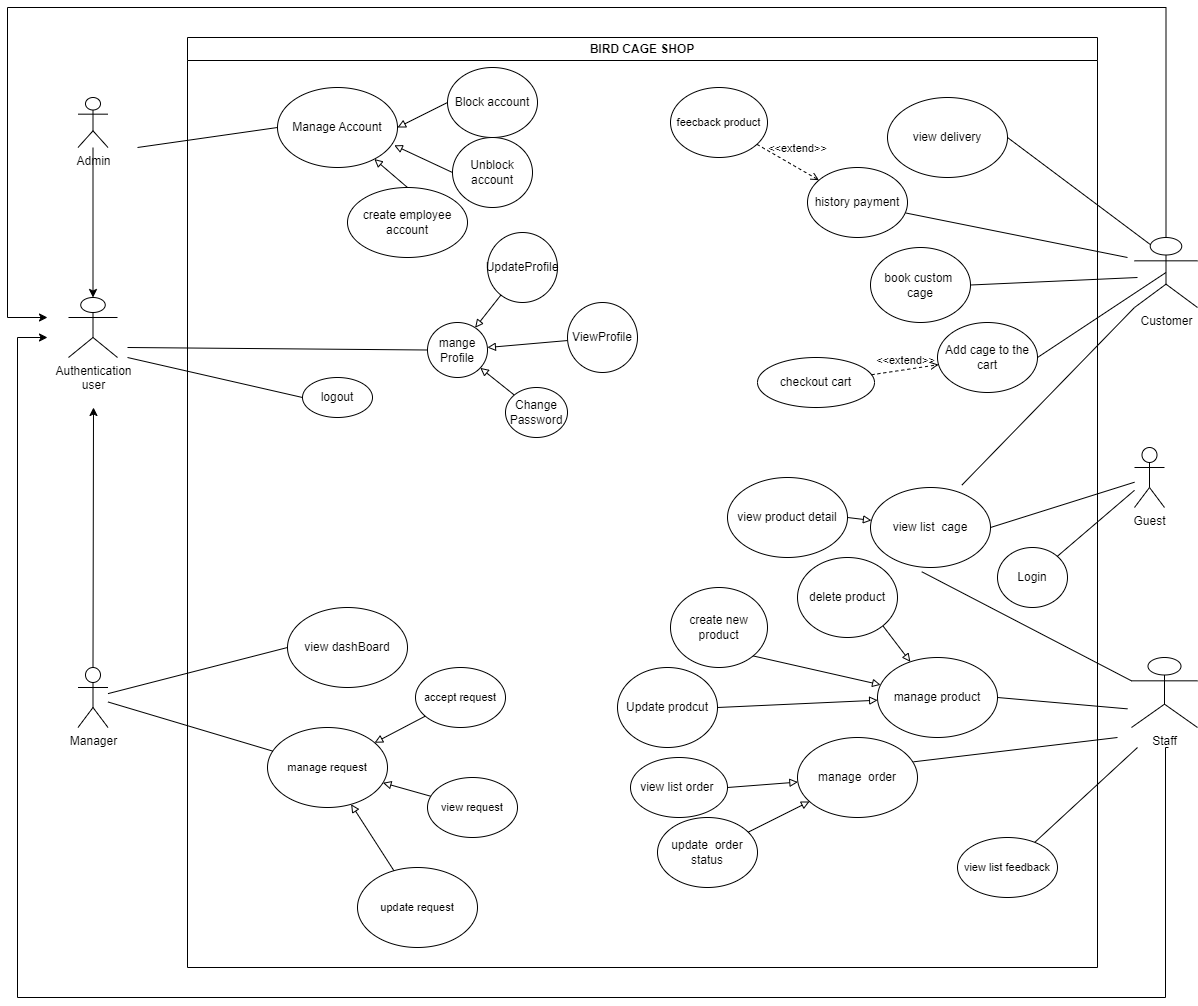
Above: swp.drawio.png in dangkhoadoiqwe/shopping_bird_cate (draw.io), before the change. Source tidied: cells renumbered, new cells last; positions are measured from the earlier drawing's top-left corner, leaving out a move shared by most shapes.
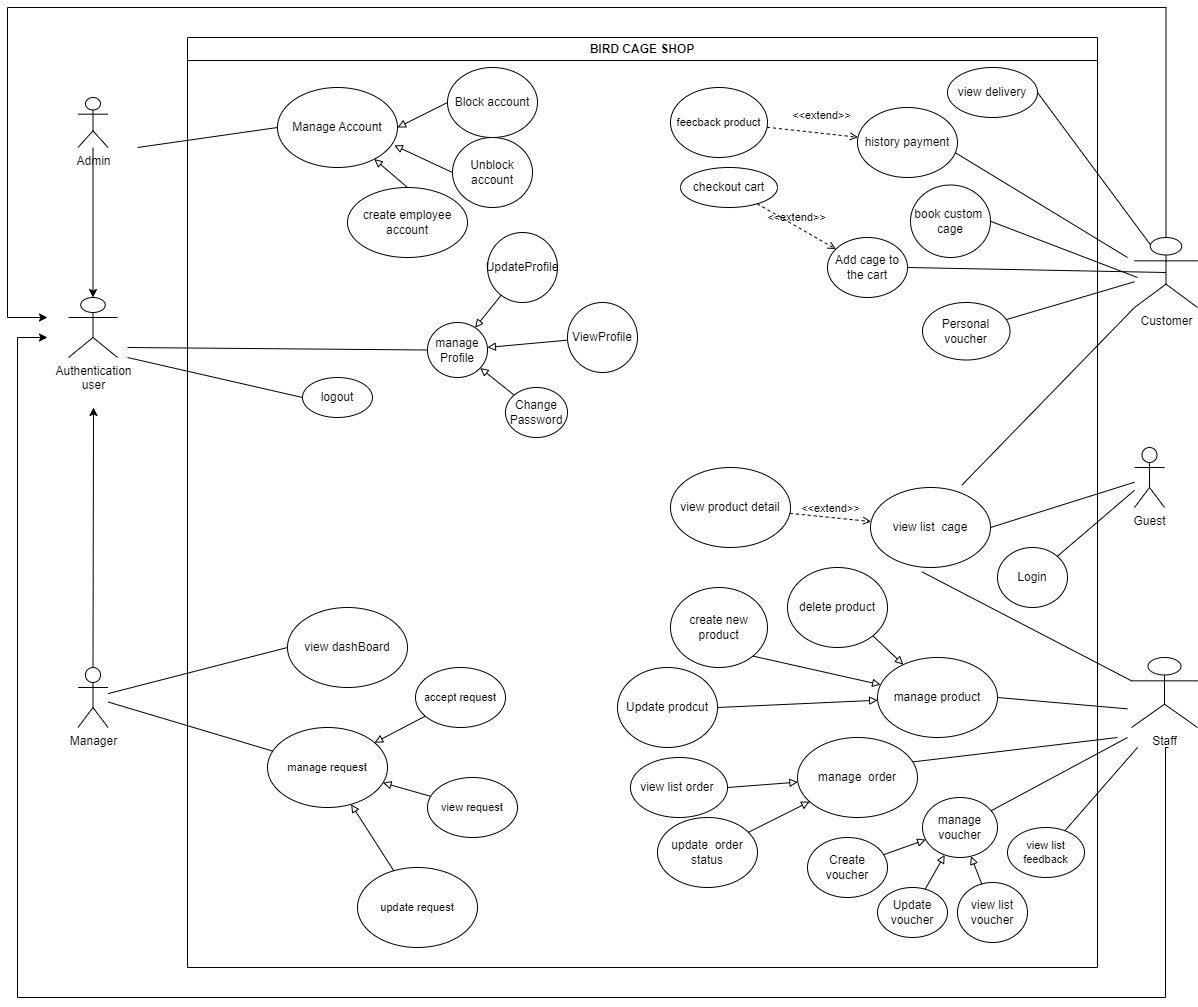
The same file after the commit.

Change to the diagram source:
```diff
@@ -41,7 +41,7 @@
     <mxCell id="11" value="Change&lt;br&gt;Password" style="ellipse;whiteSpace=wrap;html=1;" parent="8" vertex="1">
       <mxGeometry x="318" y="350" width="62" height="50" as="geometry" />
     </mxCell>
-    <mxCell id="12" value="mange Profile&lt;br&gt;" style="ellipse;whiteSpace=wrap;html=1;" parent="8" vertex="1">
+    <mxCell id="12" value="manage Profile" style="ellipse;whiteSpace=wrap;html=1;" parent="8" vertex="1">
       <mxGeometry x="240" y="285" width="60" height="55" as="geometry" />
     </mxCell>
     <mxCell id="13" style="edgeStyle=none;shape=connector;rounded=0;jettySize=auto;html=1;labelBackgroundColor=default;strokeColor=default;fontFamily=Helvetica;fontSize=11;fontColor=default;endArrow=block;endFill=0;" parent="8" edge="1" source="14" target="12">
@@ -89,22 +89,22 @@
       <mxGeometry x="683" y="450" width="120" height="80" as="geometry" />
     </mxCell>
     <mxCell id="27" value="Add cage to the cart" style="ellipse;whiteSpace=wrap;html=1;" parent="8" vertex="1">
-      <mxGeometry x="750" y="285" width="100" height="70" as="geometry" />
+      <mxGeometry x="640" y="200" width="80" height="60" as="geometry" />
     </mxCell>
     <mxCell id="28" value="checkout cart" style="ellipse;whiteSpace=wrap;html=1;" parent="8" vertex="1">
-      <mxGeometry x="570" y="320" width="117" height="50" as="geometry" />
+      <mxGeometry x="493" y="130" width="97" height="40" as="geometry" />
     </mxCell>
     <mxCell id="29" value="&amp;lt;&amp;lt;extend&amp;gt;&amp;gt;" style="html=1;verticalAlign=bottom;labelBackgroundColor=none;endArrow=open;endFill=0;dashed=1;rounded=0;" parent="8" edge="1" source="28" target="27">
       <mxGeometry relative="1" as="geometry" />
     </mxCell>
     <mxCell id="30" value="history payment" style="ellipse;whiteSpace=wrap;html=1;" parent="8" vertex="1">
-      <mxGeometry x="620" y="130" width="100" height="70" as="geometry" />
+      <mxGeometry x="670" y="70" width="100" height="70" as="geometry" />
     </mxCell>
     <mxCell id="31" value="book custom&amp;nbsp; cage" style="ellipse;whiteSpace=wrap;html=1;" parent="8" vertex="1">
-      <mxGeometry x="683" y="210" width="100" height="75" as="geometry" />
+      <mxGeometry x="723" y="147.5" width="80" height="72.5" as="geometry" />
     </mxCell>
     <mxCell id="32" value="view&amp;nbsp;delivery" style="ellipse;whiteSpace=wrap;html=1;" parent="8" vertex="1">
-      <mxGeometry x="700" y="60" width="120" height="80" as="geometry" />
+      <mxGeometry x="760" y="30" width="90" height="50" as="geometry" />
     </mxCell>
     <mxCell id="33" value="manage&amp;nbsp; order" style="ellipse;whiteSpace=wrap;html=1;" parent="8" vertex="1">
       <mxGeometry x="610" y="700" width="120" height="80" as="geometry" />
@@ -128,13 +128,10 @@
       <mxGeometry relative="1" as="geometry" />
     </mxCell>
     <mxCell id="40" value="delete product" style="ellipse;whiteSpace=wrap;html=1;" parent="8" vertex="1">
-      <mxGeometry x="610" y="520" width="100" height="80" as="geometry" />
+      <mxGeometry x="600" y="530" width="100" height="80" as="geometry" />
     </mxCell>
-    <mxCell id="41" style="edgeStyle=none;shape=connector;rounded=0;jettySize=auto;html=1;exitX=1;exitY=0.5;exitDx=0;exitDy=0;labelBackgroundColor=default;strokeColor=default;fontFamily=Helvetica;fontSize=11;fontColor=default;endArrow=block;endFill=0;" parent="8" edge="1" source="42" target="26">
-      <mxGeometry relative="1" as="geometry" />
-    </mxCell>
     <mxCell id="42" value="view product detail" style="ellipse;whiteSpace=wrap;html=1;" parent="8" vertex="1">
-      <mxGeometry x="540" y="440" width="120" height="80" as="geometry" />
+      <mxGeometry x="483" y="430" width="120" height="80" as="geometry" />
     </mxCell>
     <mxCell id="43" style="edgeStyle=none;shape=connector;rounded=0;jettySize=auto;html=1;exitX=1;exitY=0.5;exitDx=0;exitDy=0;labelBackgroundColor=default;strokeColor=default;fontFamily=Helvetica;fontSize=11;fontColor=default;endArrow=block;endFill=0;" parent="8" edge="1" source="44" target="33">
       <mxGeometry relative="1" as="geometry" />
@@ -173,7 +170,7 @@
       <mxGeometry relative="1" as="geometry" />
     </mxCell>
     <mxCell id="55" value="view list feedback" style="ellipse;whiteSpace=wrap;html=1;fontFamily=Helvetica;fontSize=11;fontColor=default;" parent="8" vertex="1">
-      <mxGeometry x="770" y="800" width="100" height="60" as="geometry" />
+      <mxGeometry x="820" y="790" width="77" height="50" as="geometry" />
     </mxCell>
     <mxCell id="56" value="feecback product" style="ellipse;whiteSpace=wrap;html=1;fontFamily=Helvetica;fontSize=11;fontColor=default;" parent="8" vertex="1">
       <mxGeometry x="483" y="50" width="97" height="70" as="geometry" />
@@ -181,6 +178,33 @@
     <mxCell id="57" value="&amp;lt;&amp;lt;extend&amp;gt;&amp;gt;" style="html=1;verticalAlign=bottom;labelBackgroundColor=none;endArrow=open;endFill=0;dashed=1;rounded=0;strokeColor=default;fontFamily=Helvetica;fontSize=11;fontColor=default;shape=connector;" parent="8" edge="1" source="56" target="30">
       <mxGeometry x="0.16" y="9" relative="1" as="geometry" />
     </mxCell>
+    <mxCell id="41" value="&amp;lt;&amp;lt;extend&amp;gt;&amp;gt;" style="html=1;verticalAlign=bottom;labelBackgroundColor=none;endArrow=open;endFill=0;dashed=1;rounded=0;" parent="8" edge="1" source="42" target="26">
+      <mxGeometry relative="1" as="geometry" />
+    </mxCell>
+    <mxCell id="77" value="manage voucher" style="ellipse;whiteSpace=wrap;html=1;" parent="8" vertex="1">
+      <mxGeometry x="735" y="760" width="75" height="60" as="geometry" />
+    </mxCell>
+    <mxCell id="78" value="Create voucher" style="ellipse;whiteSpace=wrap;html=1;" parent="8" vertex="1">
+      <mxGeometry x="620" y="800" width="80" height="60" as="geometry" />
+    </mxCell>
+    <mxCell id="79" style="edgeStyle=none;shape=connector;rounded=0;jettySize=auto;html=1;labelBackgroundColor=default;strokeColor=default;fontFamily=Helvetica;fontSize=11;fontColor=default;endArrow=block;endFill=0;" parent="8" edge="1" source="78" target="77">
+      <mxGeometry relative="1" as="geometry" />
+    </mxCell>
+    <mxCell id="80" value="Update voucher" style="ellipse;whiteSpace=wrap;html=1;" parent="8" vertex="1">
+      <mxGeometry x="690" y="850" width="70" height="50" as="geometry" />
+    </mxCell>
+    <mxCell id="81" style="edgeStyle=none;shape=connector;rounded=0;jettySize=auto;html=1;labelBackgroundColor=default;strokeColor=default;fontFamily=Helvetica;fontSize=11;fontColor=default;endArrow=block;endFill=0;" parent="8" edge="1" source="80" target="77">
+      <mxGeometry relative="1" as="geometry" />
+    </mxCell>
+    <mxCell id="82" value="Personal voucher" style="ellipse;whiteSpace=wrap;html=1;" parent="8" vertex="1">
+      <mxGeometry x="735" y="265" width="87.5" height="57.5" as="geometry" />
+    </mxCell>
+    <mxCell id="83" value="view list voucher" style="ellipse;whiteSpace=wrap;html=1;" parent="8" vertex="1">
+      <mxGeometry x="770" y="845" width="70" height="60" as="geometry" />
+    </mxCell>
+    <mxCell id="84" style="edgeStyle=none;shape=connector;rounded=0;jettySize=auto;html=1;labelBackgroundColor=default;strokeColor=default;fontFamily=Helvetica;fontSize=11;fontColor=default;endArrow=block;endFill=0;" parent="8" edge="1" source="83" target="77">
+      <mxGeometry relative="1" as="geometry" />
+    </mxCell>
     <mxCell id="58" style="edgeStyle=orthogonalEdgeStyle;rounded=0;orthogonalLoop=1;jettySize=auto;html=1;exitX=1;exitY=1;exitDx=0;exitDy=0;exitPerimeter=0;" parent="1" edge="1">
       <mxGeometry relative="1" as="geometry">
         <mxPoint x="1161" y="740" as="sourcePoint" />
@@ -261,5 +285,13 @@
         <mxPoint x="1130" y="740" as="targetPoint" />
       </mxGeometry>
     </mxCell>
+    <mxCell id="85" style="endArrow=none;html=1;rounded=0;" parent="1" edge="1" source="77">
+      <mxGeometry relative="1" as="geometry">
+        <mxPoint x="1120" y="730" as="targetPoint" />
+      </mxGeometry>
+    </mxCell>
+    <mxCell id="86" style="endArrow=none;html=1;rounded=0;" parent="1" edge="1" source="82" target="7">
+      <mxGeometry relative="1" as="geometry" />
+    </mxCell>
   </root>
 </mxGraphModel>
```
